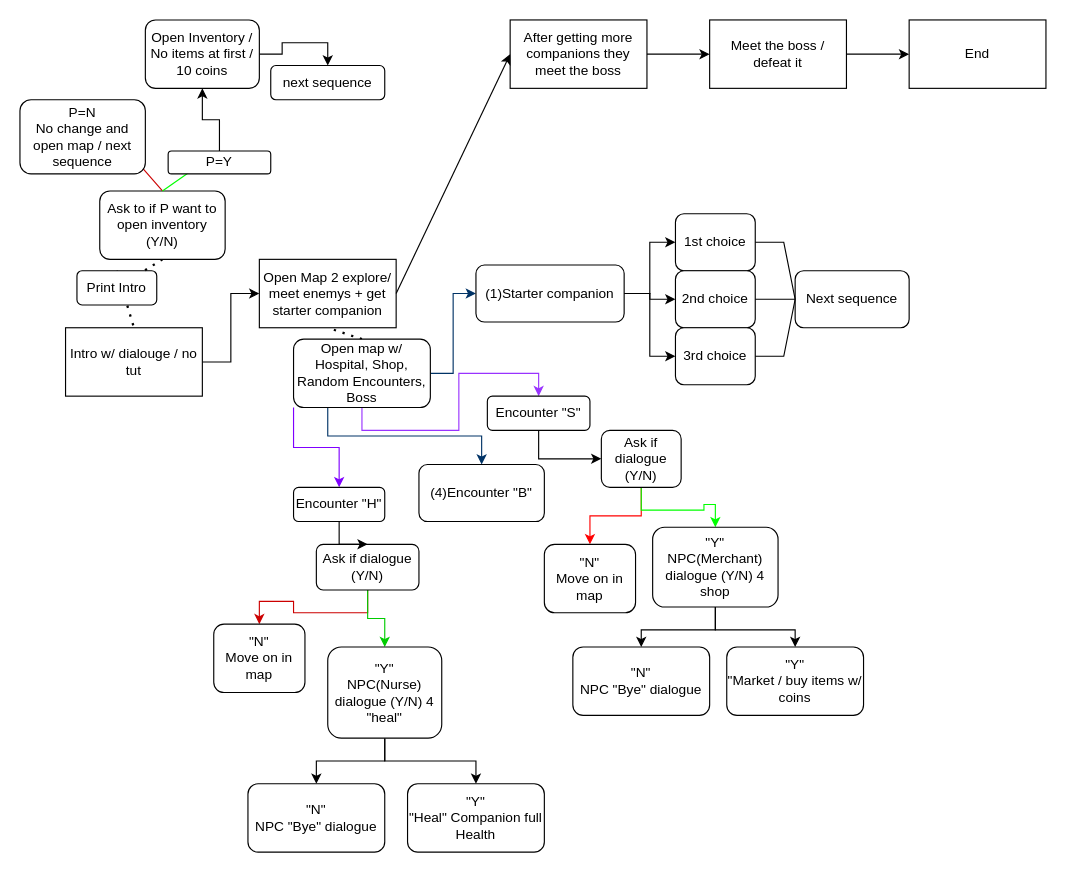
staten-island-tech/object-oriented-adventures-jupiter2-0 keeps this draw.io diagram as zgame_diagram.drawio. Above is the earlier version. Source tidied: cells renumbered, new cells numbered last; positions are measured from the earlier drawing's top-left corner, leaving out a move shared by most shapes. Both pictures are drawn from the tidied source at 114%, with x=0, y=0 at pixel (19, 19).
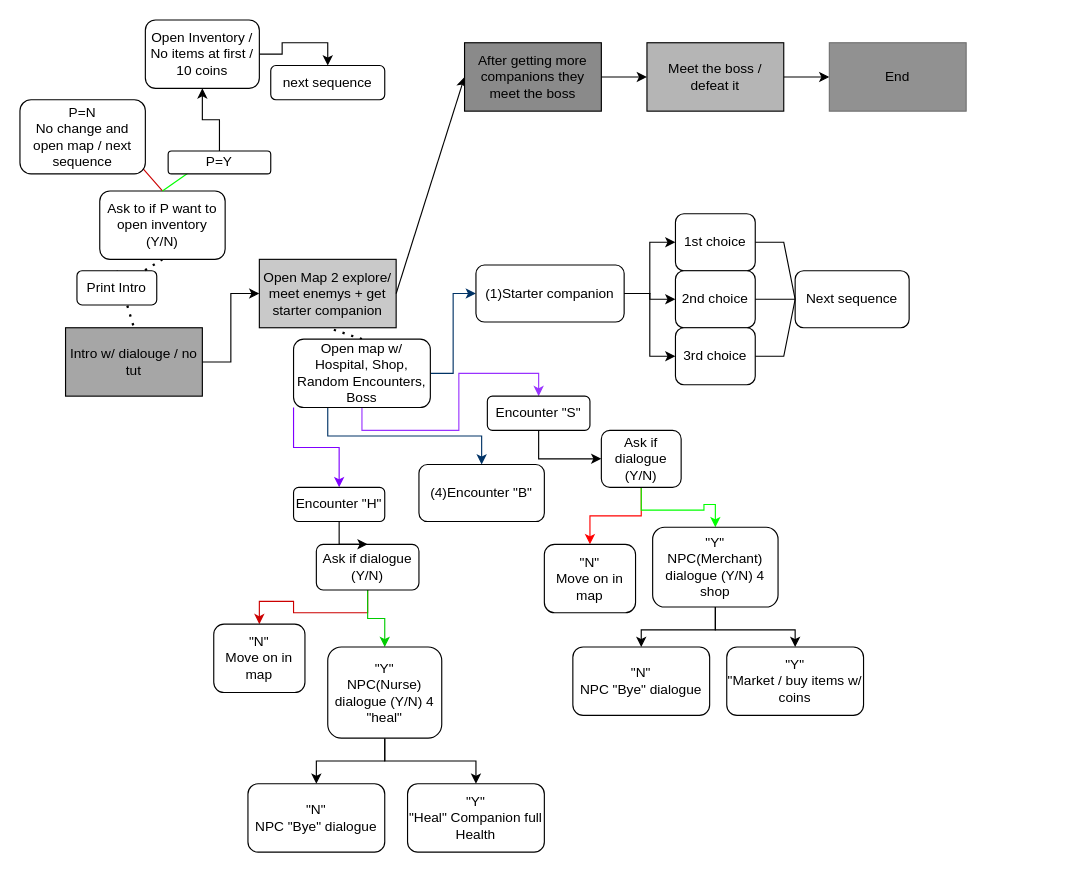
After the change.

Diff of the diagram source:
```diff
@@
-    <mxCell id="3" value="Intro w/ dialouge / no tut" style="rounded=0;whiteSpace=wrap;html=1;" parent="1" vertex="1">
+    <mxCell id="3" value="Intro w/ dialouge / no tut" style="rounded=0;whiteSpace=wrap;html=1;fillColor=#A6A6A6;" parent="1" vertex="1">
       <mxGeometry x="40" y="270" width="120" height="60" as="geometry" />
     </mxCell>
-    <mxCell id="4" value="Open Map 2 explore/ meet enemys + get starter companion" style="rounded=0;whiteSpace=wrap;html=1;" parent="1" vertex="1">
+    <mxCell id="4" value="Open Map 2 explore/ meet enemys + get starter companion" style="rounded=0;whiteSpace=wrap;html=1;fillColor=#C9C9C9;" parent="1" vertex="1">
       <mxGeometry x="210" y="210" width="120" height="60" as="geometry" />
     </mxCell>
-    <mxCell id="5" value="After getting more companions they meet the boss" style="rounded=0;whiteSpace=wrap;html=1;" parent="1" vertex="1">
-      <mxGeometry x="430" width="120" height="60" as="geometry" />
-    </mxCell>
@@
-    <mxCell id="7" value="Meet the boss / defeat it" style="rounded=0;whiteSpace=wrap;html=1;" parent="1" vertex="1">
-      <mxGeometry x="605" width="120" height="60" as="geometry" />
+    <mxCell id="7" value="Meet the boss / defeat it" style="rounded=0;whiteSpace=wrap;html=1;fillColor=#B5B5B5;" parent="1" vertex="1">
+      <mxGeometry x="550" y="20" width="120" height="60" as="geometry" />
     </mxCell>
@@
-    <mxCell id="10" value="End" style="rounded=0;whiteSpace=wrap;html=1;" parent="1" vertex="1">
-      <mxGeometry x="780" width="120" height="60" as="geometry" />
+    <mxCell id="10" value="End" style="rounded=0;whiteSpace=wrap;html=1;strokeColor=#707070;fillColor=#919191;" parent="1" vertex="1">
+      <mxGeometry x="710" y="20" width="120" height="60" as="geometry" />
     </mxCell>
@@
+    <mxCell id="5" value="After getting more companions they meet the boss" style="rounded=0;whiteSpace=wrap;html=1;fillColor=#8A8A8A;" parent="1" vertex="1">
+      <mxGeometry x="390" y="20" width="120" height="60" as="geometry" />
+    </mxCell>
```
